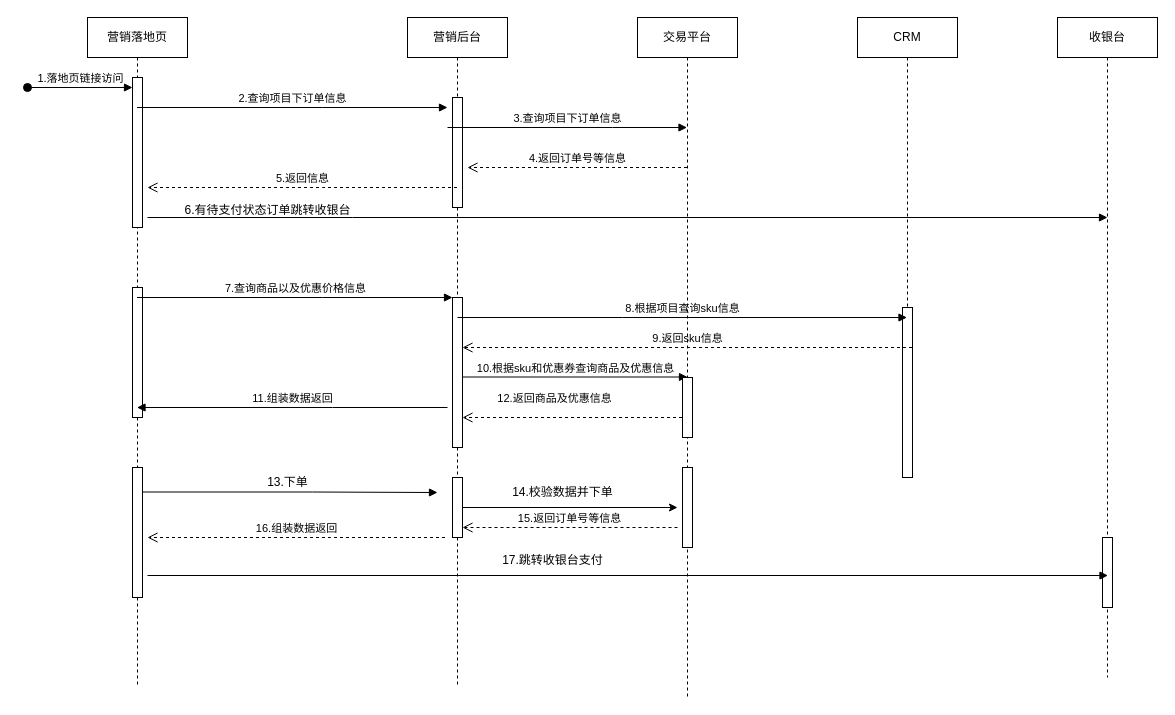
Earlier version of the draw.io diagram drawio/联报支付.drawio (hl3482477/BigDataLearnIng). Source tidied: cells renumbered, new cells numbered last; positions are measured from the earlier drawing's top-left corner, leaving out a move shared by most shapes. Both pictures are drawn from the tidied source at 100%, with x=0, y=0 at pixel (27, 17).
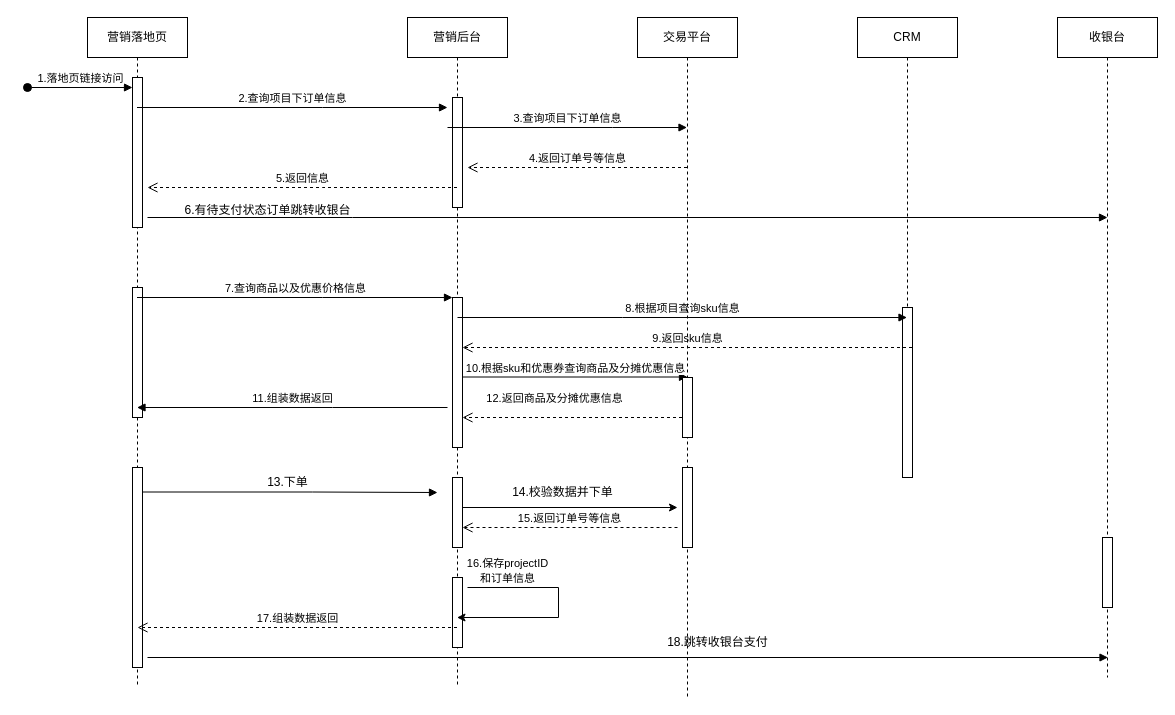
After the change.

Commit message:
更新联报支付.drawio

The change refers to these unchanged cells:
```xml
<mxCell id="2" value="营销落地页" style="shape=umlLifeline;perimeter=lifelinePerimeter;whiteSpace=wrap;html=1;outlineConnect=0;portConstraint=eastwest;newEdgeStyle={&quot;edgeStyle&quot;:&quot;elbowEdgeStyle&quot;,&quot;elbow&quot;:&quot;vertical&quot;,&quot;curved&quot;:0,&quot;rounded&quot;:0};" parent="1" vertex="1">
  <mxGeometry x="60" width="100" height="670" as="geometry" />
</mxCell>
<mxCell id="6" value="营销后台" style="shape=umlLifeline;perimeter=lifelinePerimeter;whiteSpace=wrap;html=1;outlineConnect=0;portConstraint=eastwest;newEdgeStyle={&quot;edgeStyle&quot;:&quot;elbowEdgeStyle&quot;,&quot;elbow&quot;:&quot;vertical&quot;,&quot;curved&quot;:0,&quot;rounded&quot;:0};" parent="1" vertex="1">
  <mxGeometry x="380" width="100" height="670" as="geometry" />
</mxCell>
<mxCell id="33" style="html=1;points=[];perimeter=orthogonalPerimeter;outlineConnect=0;targetShapes=umlLifeline;portConstraint=eastwest;newEdgeStyle={&quot;edgeStyle&quot;:&quot;elbowEdgeStyle&quot;,&quot;elbow&quot;:&quot;vertical&quot;,&quot;curved&quot;:0,&quot;rounded&quot;:0};" parent="32" vertex="1">
  <mxGeometry x="45" y="360" width="10" height="60" as="geometry" />
</mxCell>
```

The edit, as a diff of the source:
```diff
@@
     <mxCell id="5" style="html=1;perimeter=orthogonalPerimeter;targetShapes=umlLifeline;newEdgeStyle={&quot;edgeStyle&quot;:&quot;elbowEdgeStyle&quot;,&quot;elbow&quot;:&quot;vertical&quot;,&quot;curved&quot;:0,&quot;rounded&quot;:0};" parent="2" vertex="1">
-      <mxGeometry x="45" y="450" width="10" height="130" as="geometry" />
+      <mxGeometry x="45" y="450" width="10" height="200" as="geometry" />
     </mxCell>
@@
     <mxCell id="8" style="html=1;perimeter=orthogonalPerimeter;targetShapes=umlLifeline;newEdgeStyle={&quot;edgeStyle&quot;:&quot;elbowEdgeStyle&quot;,&quot;elbow&quot;:&quot;vertical&quot;,&quot;curved&quot;:0,&quot;rounded&quot;:0};" parent="6" vertex="1">
-      <mxGeometry x="45" y="460" width="10" height="60" as="geometry" />
+      <mxGeometry x="45" y="460" width="10" height="70" as="geometry" />
     </mxCell>
@@
+    <mxCell id="39" style="html=1;perimeter=orthogonalPerimeter;targetShapes=umlLifeline;newEdgeStyle={&quot;edgeStyle&quot;:&quot;elbowEdgeStyle&quot;,&quot;elbow&quot;:&quot;vertical&quot;,&quot;curved&quot;:0,&quot;rounded&quot;:0};" parent="6" vertex="1">
+      <mxGeometry x="45" y="560" width="10" height="70" as="geometry" />
+    </mxCell>
@@
-    <mxCell id="16" value="10.根据sku和优惠券查询商品及优惠信息" style="html=1;verticalAlign=bottom;endArrow=block;edgeStyle=elbowEdgeStyle;elbow=vertical;curved=0;rounded=0;" parent="1" edge="1" target="33">
+    <mxCell id="16" value="10.根据sku和优惠券查询商品及分摊优惠信息" style="html=1;verticalAlign=bottom;endArrow=block;edgeStyle=elbowEdgeStyle;elbow=vertical;curved=0;rounded=0;" parent="1" edge="1" target="33">
       <mxGeometry relative="1" as="geometry">
         <mxPoint x="435" y="359.5" as="sourcePoint" />
         <Array as="points">
           <mxPoint x="470" y="359.5" />
         </Array>
       </mxGeometry>
     </mxCell>
-    <mxCell id="17" value="12.返回商品及优惠信息" style="html=1;verticalAlign=bottom;endArrow=open;dashed=1;endSize=8;edgeStyle=elbowEdgeStyle;elbow=vertical;curved=0;rounded=0;" parent="1" edge="1">
+    <mxCell id="17" value="12.返回商品及分摊优惠信息" style="html=1;verticalAlign=bottom;endArrow=open;dashed=1;endSize=8;edgeStyle=elbowEdgeStyle;elbow=vertical;curved=0;rounded=0;" parent="1" edge="1">
       <mxGeometry x="0.17" y="-10" relative="1" as="geometry">
         <mxPoint x="654.5" y="400" as="sourcePoint" />
         <mxPoint x="435" y="400" as="targetPoint" />
         <Array as="points">
           <mxPoint x="595" y="400" />
         </Array>
       </mxGeometry>
     </mxCell>
@@
-    <mxCell id="23" value="16.组装数据返回" style="html=1;verticalAlign=bottom;endArrow=open;dashed=1;endSize=8;edgeStyle=elbowEdgeStyle;elbow=vertical;curved=0;rounded=0;" parent="1" edge="1">
+    <mxCell id="23" value="17.组装数据返回" style="html=1;verticalAlign=bottom;endArrow=open;dashed=1;endSize=8;edgeStyle=elbowEdgeStyle;elbow=vertical;curved=0;rounded=0;" parent="1" edge="1" source="6">
       <mxGeometry relative="1" as="geometry">
-        <mxPoint x="417.5" y="520" as="sourcePoint" />
-        <mxPoint x="120" y="520" as="targetPoint" />
+        <mxPoint x="110" y="610" as="targetPoint" />
         <Array as="points">
-          <mxPoint x="303" y="520" />
+          <mxPoint x="293" y="610" />
         </Array>
       </mxGeometry>
     </mxCell>
@@
     <mxCell id="26" style="html=1;verticalAlign=bottom;endArrow=block;edgeStyle=elbowEdgeStyle;elbow=horizontal;curved=0;rounded=0;" parent="1" edge="1">
       <mxGeometry relative="1" as="geometry">
-        <mxPoint x="120" y="558" as="sourcePoint" />
-        <mxPoint x="1080.5" y="558" as="targetPoint" />
+        <mxPoint x="120" y="640" as="sourcePoint" />
+        <mxPoint x="1080.5" y="640" as="targetPoint" />
         <Array as="points">
-          <mxPoint x="325.5" y="558" />
+          <mxPoint x="325.5" y="640" />
         </Array>
       </mxGeometry>
     </mxCell>
-    <mxCell id="27" value="17.跳转收银台支付" style="text;html=1;align=center;verticalAlign=middle;strokeColor=none;fillColor=none;" parent="1" vertex="1">
-      <mxGeometry x="465" y="528" width="120" height="30" as="geometry" />
+    <mxCell id="27" value="18.跳转收银台支付" style="text;html=1;align=center;verticalAlign=middle;strokeColor=none;fillColor=none;" parent="1" vertex="1">
+      <mxGeometry x="630" y="610" width="120" height="30" as="geometry" />
     </mxCell>
@@
+    <mxCell id="40" style="endArrow=classic;html=1;rounded=0;" parent="1" edge="1" target="6">
+      <mxGeometry relative="1" as="geometry">
+        <mxPoint x="430" y="520" as="sourcePoint" />
+      </mxGeometry>
+    </mxCell>
+    <mxCell id="41" style="endArrow=classic;html=1;rounded=0;edgeStyle=orthogonalEdgeStyle;" parent="1" edge="1" target="6">
+      <mxGeometry relative="1" as="geometry">
+        <mxPoint x="440" y="570" as="sourcePoint" />
+        <Array as="points">
+          <mxPoint x="531" y="570" />
+          <mxPoint x="531" y="600" />
+        </Array>
+      </mxGeometry>
+    </mxCell>
+    <mxCell id="42" value="&lt;font style=&quot;font-size: 11px;&quot;&gt;16.保存projectID&lt;/font&gt;&lt;div&gt;&lt;font style=&quot;font-size: 11px;&quot;&gt;和订单信息&lt;/font&gt;&lt;/div&gt;" style="text;html=1;align=center;verticalAlign=middle;strokeColor=none;fillColor=none;" parent="1" vertex="1">
+      <mxGeometry x="430" y="533" width="100" height="40" as="geometry" />
+    </mxCell>
```
